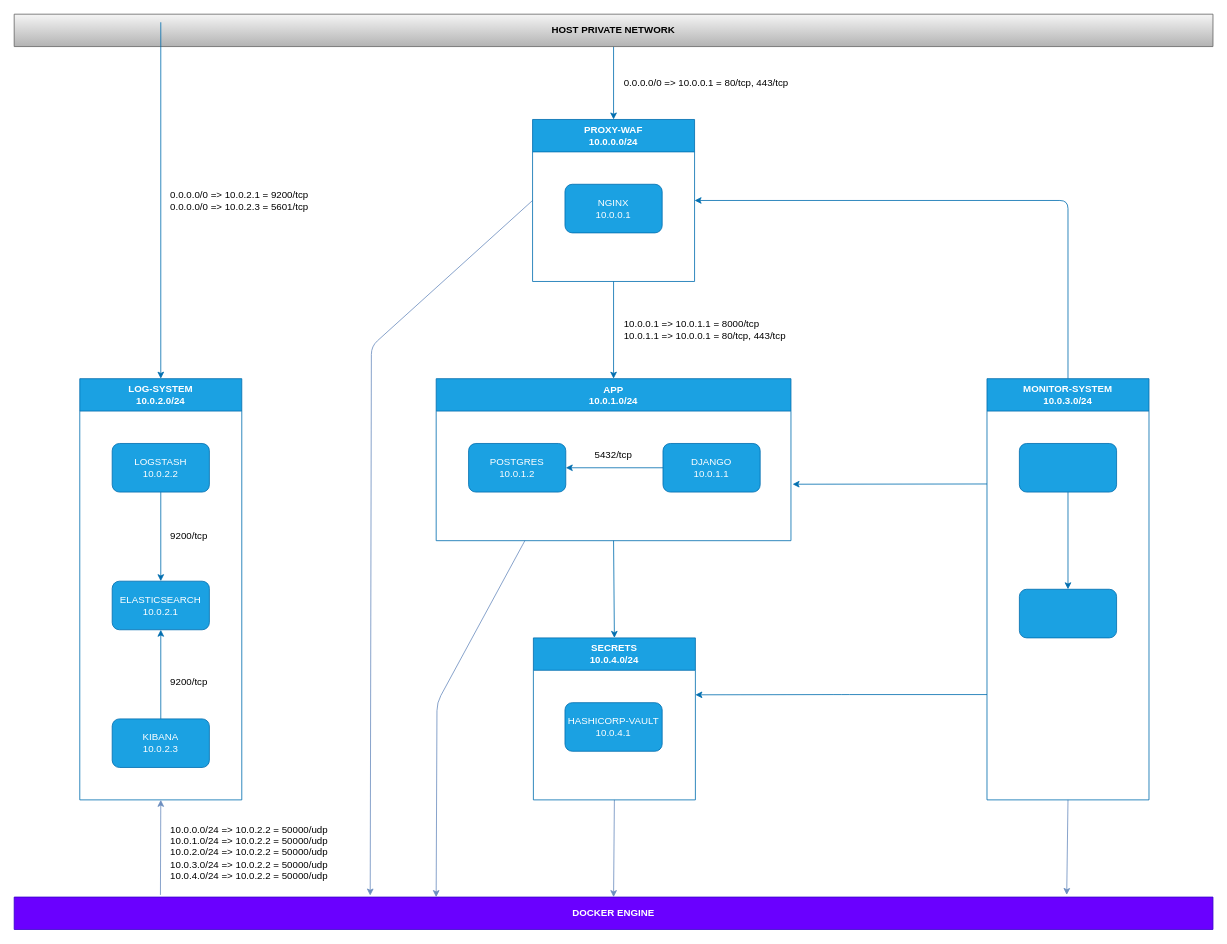
Above: _notebook/topology.drawio in GiovanniAfro/ft_Transcendence (draw.io), before the change. Source tidied: cells renumbered, new cells numbered last; positions are measured from the earlier drawing's top-left corner, leaving out a move shared by most shapes. Both pictures are drawn from the tidied source at 81%, with x=0, y=0 at pixel (14, 14).
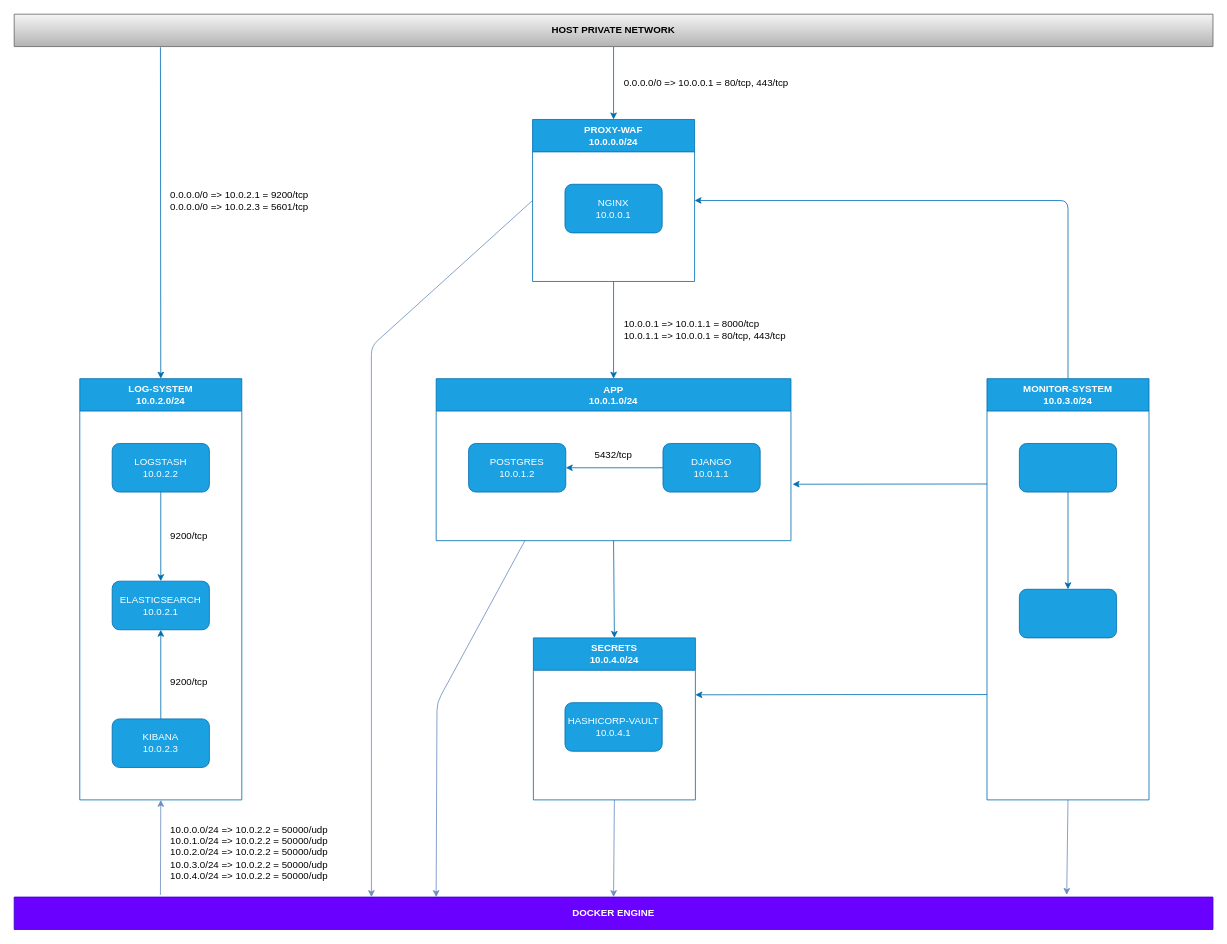
After the change.

Unchanged cells that the change refers to:
```xml
<mxCell id="12" value="PROXY-WAF&lt;br&gt;10.0.0.0/24" style="swimlane;whiteSpace=wrap;html=1;fillColor=#1ba1e2;strokeColor=#006EAF;fontColor=#ffffff;startSize=40;" parent="1" vertex="1">
  <mxGeometry x="640" y="130" width="200" height="200" as="geometry" />
</mxCell>
<mxCell id="15" value="HOST PRIVATE NETWORK" style="swimlane;whiteSpace=wrap;html=1;startSize=40;fillColor=#f5f5f5;gradientColor=#b3b3b3;strokeColor=#666666;" parent="1" vertex="1">
  <mxGeometry width="1480" height="40" as="geometry" />
</mxCell>
<mxCell id="28" value="LOG-SYSTEM&lt;br&gt;10.0.2.0/24" style="swimlane;whiteSpace=wrap;html=1;startSize=40;fillColor=#1ba1e2;fontColor=#ffffff;strokeColor=#006EAF;" parent="1" vertex="1">
  <mxGeometry x="81" y="450" width="200" height="520" as="geometry" />
</mxCell>
<mxCell id="39" value="DOCKER ENGINE" style="swimlane;whiteSpace=wrap;html=1;startSize=40;fillColor=#6a00ff;strokeColor=#3700CC;fontColor=#ffffff;" parent="1" vertex="1">
  <mxGeometry y="1090" width="1480" height="40" as="geometry" />
</mxCell>
```

What changed in the source:
```diff
@@
-    <mxCell id="11" style="edgeStyle=none;html=1;exitX=0;exitY=0.5;exitDx=0;exitDy=0;entryX=0.297;entryY=-0.048;entryDx=0;entryDy=0;fillColor=#dae8fc;strokeColor=#6c8ebf;entryPerimeter=0;" parent="1" edge="1" source="12" target="39">
+    <mxCell id="11" style="edgeStyle=none;html=1;exitX=0;exitY=0.5;exitDx=0;exitDy=0;entryX=0.298;entryY=0;entryDx=0;entryDy=0;fillColor=#dae8fc;strokeColor=#6c8ebf;entryPerimeter=0;" parent="1" edge="1" source="12" target="39">
       <mxGeometry relative="1" as="geometry">
         <Array as="points">
           <mxPoint x="441" y="410" />
         </Array>
       </mxGeometry>
     </mxCell>
@@
-    <mxCell id="27" style="edgeStyle=none;html=1;entryX=0.5;entryY=0;entryDx=0;entryDy=0;fillColor=#1ba1e2;strokeColor=#006EAF;" parent="1" edge="1" target="28">
-      <mxGeometry relative="1" as="geometry">
-        <mxPoint x="181" y="10" as="sourcePoint" />
-      </mxGeometry>
+    <mxCell id="27" style="edgeStyle=none;html=1;entryX=0.5;entryY=0;entryDx=0;entryDy=0;fillColor=#1ba1e2;strokeColor=#006EAF;exitX=0.122;exitY=1.02;exitDx=0;exitDy=0;exitPerimeter=0;" parent="1" edge="1" source="15" target="28">
+      <mxGeometry relative="1" as="geometry" />
     </mxCell>
```
